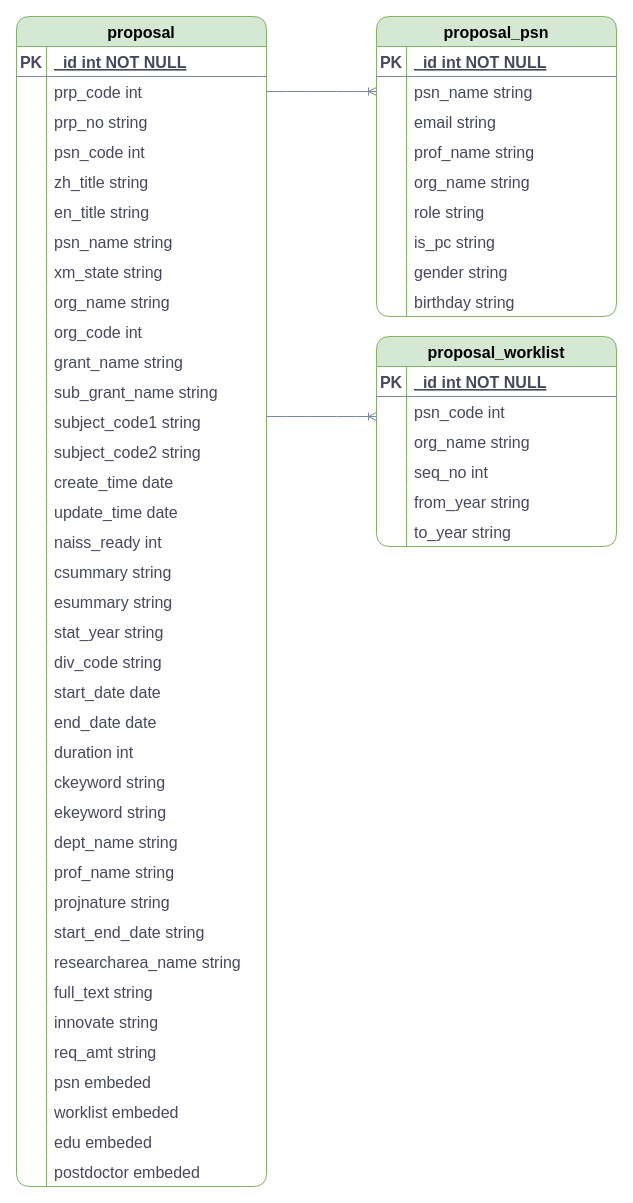
The draw.io diagram NAI_E-R.drawio in xianghuzhao/chart, before the edit. Source tidied: cells renumbered, new cells numbered last; positions are measured from the earlier drawing's top-left corner, leaving out a move shared by most shapes. Both pictures are drawn from the tidied source at 100%, with x=0, y=0 at pixel (16, 16).
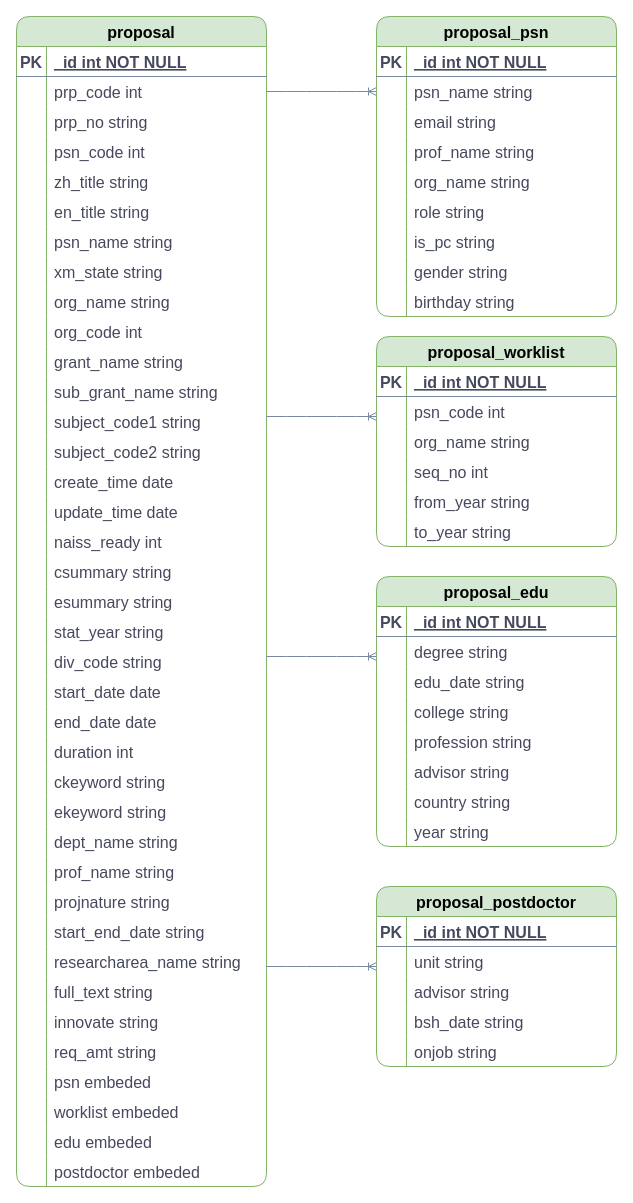
The same page after the edit.

The edit, as a diff of the source:
```diff
@@
+    <mxCell id="166" value="proposal_edu" style="shape=table;startSize=30;childLayout=tableLayout;rowLines=0;fontStyle=1;align=center;rounded=1;sketch=0;strokeColor=#82b366;fillColor=#d5e8d4;fontSize=16;" parent="1" vertex="1">
+      <mxGeometry x="360" y="560" width="240" height="270" as="geometry" />
+    </mxCell>
+    <mxCell id="167" style="shape=tableRow;horizontal=0;startSize=0;swimlaneHead=0;swimlaneBody=0;fillColor=none;top=0;left=0;right=0;bottom=1;rounded=0;sketch=0;fontColor=#46495D;strokeColor=#788AA3;fontSize=16;" parent="166" vertex="1">
+      <mxGeometry y="30" width="240" height="30" as="geometry" />
+    </mxCell>
+    <mxCell id="168" value="PK" style="shape=partialRectangle;fillColor=none;top=0;left=0;bottom=0;right=0;fontStyle=1;overflow=hidden;rounded=0;sketch=0;fontColor=#46495D;strokeColor=#788AA3;fontSize=16;" parent="167" vertex="1">
+      <mxGeometry width="30" height="30" as="geometry" />
+    </mxCell>
+    <mxCell id="169" value="_id int NOT NULL" style="shape=partialRectangle;fillColor=none;top=0;left=0;bottom=0;right=0;align=left;spacingLeft=6;fontStyle=5;overflow=hidden;rounded=0;sketch=0;fontColor=#46495D;strokeColor=#788AA3;fontSize=16;" parent="167" vertex="1">
+      <mxGeometry x="30" width="210" height="30" as="geometry" />
+    </mxCell>
+    <mxCell id="170" style="shape=tableRow;horizontal=0;startSize=0;swimlaneHead=0;swimlaneBody=0;fillColor=none;top=0;left=0;right=0;bottom=0;rounded=0;sketch=0;fontColor=#46495D;strokeColor=#788AA3;fontSize=16;" parent="166" vertex="1">
+      <mxGeometry y="60" width="240" height="30" as="geometry" />
+    </mxCell>
+    <mxCell id="171" style="shape=partialRectangle;fillColor=none;top=0;left=0;bottom=0;right=0;overflow=hidden;rounded=0;sketch=0;fontColor=#46495D;strokeColor=#788AA3;fontSize=16;" parent="170" vertex="1">
+      <mxGeometry width="30" height="30" as="geometry" />
+    </mxCell>
+    <mxCell id="172" value="degree string" style="shape=partialRectangle;fillColor=none;top=0;left=0;bottom=0;right=0;align=left;spacingLeft=6;overflow=hidden;rounded=0;sketch=0;fontColor=#46495D;strokeColor=#788AA3;fontSize=16;" parent="170" vertex="1">
+      <mxGeometry x="30" width="210" height="30" as="geometry" />
+    </mxCell>
+    <mxCell id="173" style="shape=tableRow;horizontal=0;startSize=0;swimlaneHead=0;swimlaneBody=0;fillColor=none;top=0;left=0;right=0;bottom=0;rounded=0;sketch=0;fontColor=#46495D;strokeColor=#788AA3;fontSize=16;" parent="166" vertex="1">
+      <mxGeometry y="90" width="240" height="30" as="geometry" />
+    </mxCell>
+    <mxCell id="174" style="shape=partialRectangle;fillColor=none;top=0;left=0;bottom=0;right=0;overflow=hidden;rounded=0;sketch=0;fontColor=#46495D;strokeColor=#788AA3;fontSize=16;" parent="173" vertex="1">
+      <mxGeometry width="30" height="30" as="geometry" />
+    </mxCell>
+    <mxCell id="175" value="edu_date string" style="shape=partialRectangle;fillColor=none;top=0;left=0;bottom=0;right=0;align=left;spacingLeft=6;overflow=hidden;rounded=0;sketch=0;fontColor=#46495D;strokeColor=#788AA3;fontSize=16;" parent="173" vertex="1">
+      <mxGeometry x="30" width="210" height="30" as="geometry" />
+    </mxCell>
+    <mxCell id="176" style="shape=tableRow;horizontal=0;startSize=0;swimlaneHead=0;swimlaneBody=0;fillColor=none;top=0;left=0;right=0;bottom=0;rounded=0;sketch=0;fontColor=#46495D;strokeColor=#788AA3;fontSize=16;" parent="166" vertex="1">
+      <mxGeometry y="120" width="240" height="30" as="geometry" />
+    </mxCell>
+    <mxCell id="177" style="shape=partialRectangle;fillColor=none;top=0;left=0;bottom=0;right=0;overflow=hidden;rounded=0;sketch=0;fontColor=#46495D;strokeColor=#788AA3;fontSize=16;" parent="176" vertex="1">
+      <mxGeometry width="30" height="30" as="geometry" />
+    </mxCell>
+    <mxCell id="178" value="college string" style="shape=partialRectangle;fillColor=none;top=0;left=0;bottom=0;right=0;align=left;spacingLeft=6;overflow=hidden;rounded=0;sketch=0;fontColor=#46495D;strokeColor=#788AA3;fontSize=16;" parent="176" vertex="1">
+      <mxGeometry x="30" width="210" height="30" as="geometry" />
+    </mxCell>
+    <mxCell id="179" style="shape=tableRow;horizontal=0;startSize=0;swimlaneHead=0;swimlaneBody=0;fillColor=none;top=0;left=0;right=0;bottom=0;rounded=0;sketch=0;fontColor=#46495D;strokeColor=#788AA3;fontSize=16;" parent="166" vertex="1">
+      <mxGeometry y="150" width="240" height="30" as="geometry" />
+    </mxCell>
+    <mxCell id="180" style="shape=partialRectangle;fillColor=none;top=0;left=0;bottom=0;right=0;overflow=hidden;rounded=0;sketch=0;fontColor=#46495D;strokeColor=#788AA3;fontSize=16;" parent="179" vertex="1">
+      <mxGeometry width="30" height="30" as="geometry" />
+    </mxCell>
+    <mxCell id="181" value="profession string" style="shape=partialRectangle;fillColor=none;top=0;left=0;bottom=0;right=0;align=left;spacingLeft=6;overflow=hidden;rounded=0;sketch=0;fontColor=#46495D;strokeColor=#788AA3;fontSize=16;" parent="179" vertex="1">
+      <mxGeometry x="30" width="210" height="30" as="geometry" />
+    </mxCell>
+    <mxCell id="182" style="shape=tableRow;horizontal=0;startSize=0;swimlaneHead=0;swimlaneBody=0;fillColor=none;top=0;left=0;right=0;bottom=0;rounded=0;sketch=0;fontColor=#46495D;strokeColor=#788AA3;fontSize=16;" parent="166" vertex="1">
+      <mxGeometry y="180" width="240" height="30" as="geometry" />
+    </mxCell>
+    <mxCell id="183" style="shape=partialRectangle;fillColor=none;top=0;left=0;bottom=0;right=0;overflow=hidden;rounded=0;sketch=0;fontColor=#46495D;strokeColor=#788AA3;fontSize=16;" parent="182" vertex="1">
+      <mxGeometry width="30" height="30" as="geometry" />
+    </mxCell>
+    <mxCell id="184" value="advisor string" style="shape=partialRectangle;fillColor=none;top=0;left=0;bottom=0;right=0;align=left;spacingLeft=6;overflow=hidden;rounded=0;sketch=0;fontColor=#46495D;strokeColor=#788AA3;fontSize=16;" parent="182" vertex="1">
+      <mxGeometry x="30" width="210" height="30" as="geometry" />
+    </mxCell>
+    <mxCell id="185" style="shape=tableRow;horizontal=0;startSize=0;swimlaneHead=0;swimlaneBody=0;fillColor=none;top=0;left=0;right=0;bottom=0;rounded=0;sketch=0;fontColor=#46495D;strokeColor=#788AA3;fontSize=16;" parent="166" vertex="1">
+      <mxGeometry y="210" width="240" height="30" as="geometry" />
+    </mxCell>
+    <mxCell id="186" style="shape=partialRectangle;fillColor=none;top=0;left=0;bottom=0;right=0;overflow=hidden;rounded=0;sketch=0;fontColor=#46495D;strokeColor=#788AA3;fontSize=16;" parent="185" vertex="1">
+      <mxGeometry width="30" height="30" as="geometry" />
+    </mxCell>
+    <mxCell id="187" value="country string" style="shape=partialRectangle;fillColor=none;top=0;left=0;bottom=0;right=0;align=left;spacingLeft=6;overflow=hidden;rounded=0;sketch=0;fontColor=#46495D;strokeColor=#788AA3;fontSize=16;" parent="185" vertex="1">
+      <mxGeometry x="30" width="210" height="30" as="geometry" />
+    </mxCell>
+    <mxCell id="188" style="shape=tableRow;horizontal=0;startSize=0;swimlaneHead=0;swimlaneBody=0;fillColor=none;top=0;left=0;right=0;bottom=0;rounded=0;sketch=0;fontColor=#46495D;strokeColor=#788AA3;fontSize=16;" parent="166" vertex="1">
+      <mxGeometry y="240" width="240" height="30" as="geometry" />
+    </mxCell>
+    <mxCell id="189" style="shape=partialRectangle;fillColor=none;top=0;left=0;bottom=0;right=0;overflow=hidden;rounded=0;sketch=0;fontColor=#46495D;strokeColor=#788AA3;fontSize=16;" parent="188" vertex="1">
+      <mxGeometry width="30" height="30" as="geometry" />
+    </mxCell>
+    <mxCell id="190" value="year string" style="shape=partialRectangle;fillColor=none;top=0;left=0;bottom=0;right=0;align=left;spacingLeft=6;overflow=hidden;rounded=0;sketch=0;fontColor=#46495D;strokeColor=#788AA3;fontSize=16;" parent="188" vertex="1">
+      <mxGeometry x="30" width="210" height="30" as="geometry" />
+    </mxCell>
+    <mxCell id="191" value="proposal_postdoctor" style="shape=table;startSize=30;childLayout=tableLayout;rowLines=0;fontStyle=1;align=center;rounded=1;sketch=0;strokeColor=#82b366;fillColor=#d5e8d4;fontSize=16;" parent="1" vertex="1">
+      <mxGeometry x="360" y="870" width="240" height="180" as="geometry" />
+    </mxCell>
+    <mxCell id="192" style="shape=tableRow;horizontal=0;startSize=0;swimlaneHead=0;swimlaneBody=0;fillColor=none;top=0;left=0;right=0;bottom=1;rounded=0;sketch=0;fontColor=#46495D;strokeColor=#788AA3;fontSize=16;" parent="191" vertex="1">
+      <mxGeometry y="30" width="240" height="30" as="geometry" />
+    </mxCell>
+    <mxCell id="193" value="PK" style="shape=partialRectangle;fillColor=none;top=0;left=0;bottom=0;right=0;fontStyle=1;overflow=hidden;rounded=0;sketch=0;fontColor=#46495D;strokeColor=#788AA3;fontSize=16;" parent="192" vertex="1">
+      <mxGeometry width="30" height="30" as="geometry" />
+    </mxCell>
+    <mxCell id="194" value="_id int NOT NULL" style="shape=partialRectangle;fillColor=none;top=0;left=0;bottom=0;right=0;align=left;spacingLeft=6;fontStyle=5;overflow=hidden;rounded=0;sketch=0;fontColor=#46495D;strokeColor=#788AA3;fontSize=16;" parent="192" vertex="1">
+      <mxGeometry x="30" width="210" height="30" as="geometry" />
+    </mxCell>
+    <mxCell id="195" style="shape=tableRow;horizontal=0;startSize=0;swimlaneHead=0;swimlaneBody=0;fillColor=none;top=0;left=0;right=0;bottom=0;rounded=0;sketch=0;fontColor=#46495D;strokeColor=#788AA3;fontSize=16;" parent="191" vertex="1">
+      <mxGeometry y="60" width="240" height="30" as="geometry" />
+    </mxCell>
+    <mxCell id="196" style="shape=partialRectangle;fillColor=none;top=0;left=0;bottom=0;right=0;overflow=hidden;rounded=0;sketch=0;fontColor=#46495D;strokeColor=#788AA3;fontSize=16;" parent="195" vertex="1">
+      <mxGeometry width="30" height="30" as="geometry" />
+    </mxCell>
+    <mxCell id="197" value="unit string" style="shape=partialRectangle;fillColor=none;top=0;left=0;bottom=0;right=0;align=left;spacingLeft=6;overflow=hidden;rounded=0;sketch=0;fontColor=#46495D;strokeColor=#788AA3;fontSize=16;" parent="195" vertex="1">
+      <mxGeometry x="30" width="210" height="30" as="geometry" />
+    </mxCell>
+    <mxCell id="198" style="shape=tableRow;horizontal=0;startSize=0;swimlaneHead=0;swimlaneBody=0;fillColor=none;top=0;left=0;right=0;bottom=0;rounded=0;sketch=0;fontColor=#46495D;strokeColor=#788AA3;fontSize=16;" parent="191" vertex="1">
+      <mxGeometry y="90" width="240" height="30" as="geometry" />
+    </mxCell>
+    <mxCell id="199" style="shape=partialRectangle;fillColor=none;top=0;left=0;bottom=0;right=0;overflow=hidden;rounded=0;sketch=0;fontColor=#46495D;strokeColor=#788AA3;fontSize=16;" parent="198" vertex="1">
+      <mxGeometry width="30" height="30" as="geometry" />
+    </mxCell>
+    <mxCell id="200" value="advisor string" style="shape=partialRectangle;fillColor=none;top=0;left=0;bottom=0;right=0;align=left;spacingLeft=6;overflow=hidden;rounded=0;sketch=0;fontColor=#46495D;strokeColor=#788AA3;fontSize=16;" parent="198" vertex="1">
+      <mxGeometry x="30" width="210" height="30" as="geometry" />
+    </mxCell>
+    <mxCell id="201" style="shape=tableRow;horizontal=0;startSize=0;swimlaneHead=0;swimlaneBody=0;fillColor=none;top=0;left=0;right=0;bottom=0;rounded=0;sketch=0;fontColor=#46495D;strokeColor=#788AA3;fontSize=16;" parent="191" vertex="1">
+      <mxGeometry y="120" width="240" height="30" as="geometry" />
+    </mxCell>
+    <mxCell id="202" style="shape=partialRectangle;fillColor=none;top=0;left=0;bottom=0;right=0;overflow=hidden;rounded=0;sketch=0;fontColor=#46495D;strokeColor=#788AA3;fontSize=16;" parent="201" vertex="1">
+      <mxGeometry width="30" height="30" as="geometry" />
+    </mxCell>
+    <mxCell id="203" value="bsh_date string" style="shape=partialRectangle;fillColor=none;top=0;left=0;bottom=0;right=0;align=left;spacingLeft=6;overflow=hidden;rounded=0;sketch=0;fontColor=#46495D;strokeColor=#788AA3;fontSize=16;" parent="201" vertex="1">
+      <mxGeometry x="30" width="210" height="30" as="geometry" />
+    </mxCell>
+    <mxCell id="204" style="shape=tableRow;horizontal=0;startSize=0;swimlaneHead=0;swimlaneBody=0;fillColor=none;top=0;left=0;right=0;bottom=0;rounded=0;sketch=0;fontColor=#46495D;strokeColor=#788AA3;fontSize=16;" parent="191" vertex="1">
+      <mxGeometry y="150" width="240" height="30" as="geometry" />
+    </mxCell>
+    <mxCell id="205" style="shape=partialRectangle;fillColor=none;top=0;left=0;bottom=0;right=0;overflow=hidden;rounded=0;sketch=0;fontColor=#46495D;strokeColor=#788AA3;fontSize=16;" parent="204" vertex="1">
+      <mxGeometry width="30" height="30" as="geometry" />
+    </mxCell>
+    <mxCell id="206" value="onjob string" style="shape=partialRectangle;fillColor=none;top=0;left=0;bottom=0;right=0;align=left;spacingLeft=6;overflow=hidden;rounded=0;sketch=0;fontColor=#46495D;strokeColor=#788AA3;fontSize=16;" parent="204" vertex="1">
+      <mxGeometry x="30" width="210" height="30" as="geometry" />
+    </mxCell>
+    <mxCell id="207" style="edgeStyle=entityRelationEdgeStyle;fontSize=12;html=1;endArrow=ERoneToMany;rounded=1;sketch=0;fontColor=#46495D;strokeColor=#788AA3;fillColor=#B2C9AB;" parent="1" edge="1">
+      <mxGeometry relative="1" as="geometry">
+        <mxPoint x="250" y="640" as="sourcePoint" />
+        <mxPoint x="360" y="640" as="targetPoint" />
+      </mxGeometry>
+    </mxCell>
+    <mxCell id="208" style="edgeStyle=entityRelationEdgeStyle;fontSize=12;html=1;endArrow=ERoneToMany;rounded=1;sketch=0;fontColor=#46495D;strokeColor=#788AA3;fillColor=#B2C9AB;" parent="1" edge="1">
+      <mxGeometry relative="1" as="geometry">
+        <mxPoint x="250" y="950" as="sourcePoint" />
+        <mxPoint x="360" y="950" as="targetPoint" />
+      </mxGeometry>
+    </mxCell>
```
